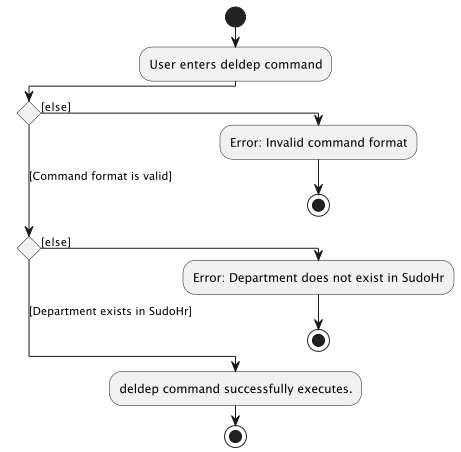
Earlier version of the PlantUML export docs/images/commands/department/DeleteDepartmentActivityDiagram.png (nus-cs2103-AY2223S2/tp). Its source is kept beside it as docs/diagrams/commands/department/DeleteDepartmentActivityDiagram.puml. Source of this version:
```plantuml
@startuml
!pragma useVerticalIf on
start
:User enters deldep command;
if () then ([else])
  :Error: Invalid command format;
  stop
([Command format is valid])elseif () then ([else])
  :Error: Department does not exist in SudoHr;
   stop
 else ([Department exists in SudoHr])
  :deldep command successfully executes.;
stop

@enduml
```
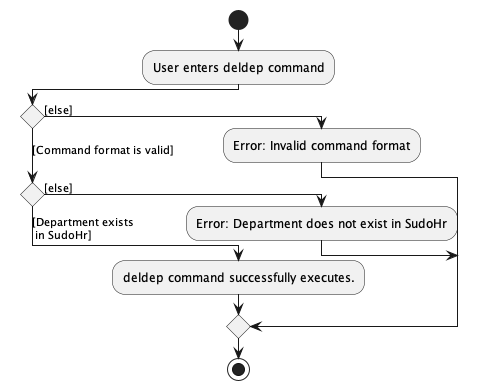
Later version of the same file.

The edit, as a diff of the source:
```diff
@@ -4,12 +4,12 @@
 :User enters deldep command;
 if () then ([else])
   :Error: Invalid command format;
-  stop
 ([Command format is valid])elseif () then ([else])
   :Error: Department does not exist in SudoHr;
-   stop
- else ([Department exists in SudoHr])
+ else ([Department exists
+ in SudoHr])
   :deldep command successfully executes.;
+endif
 stop
 
 @enduml
```
